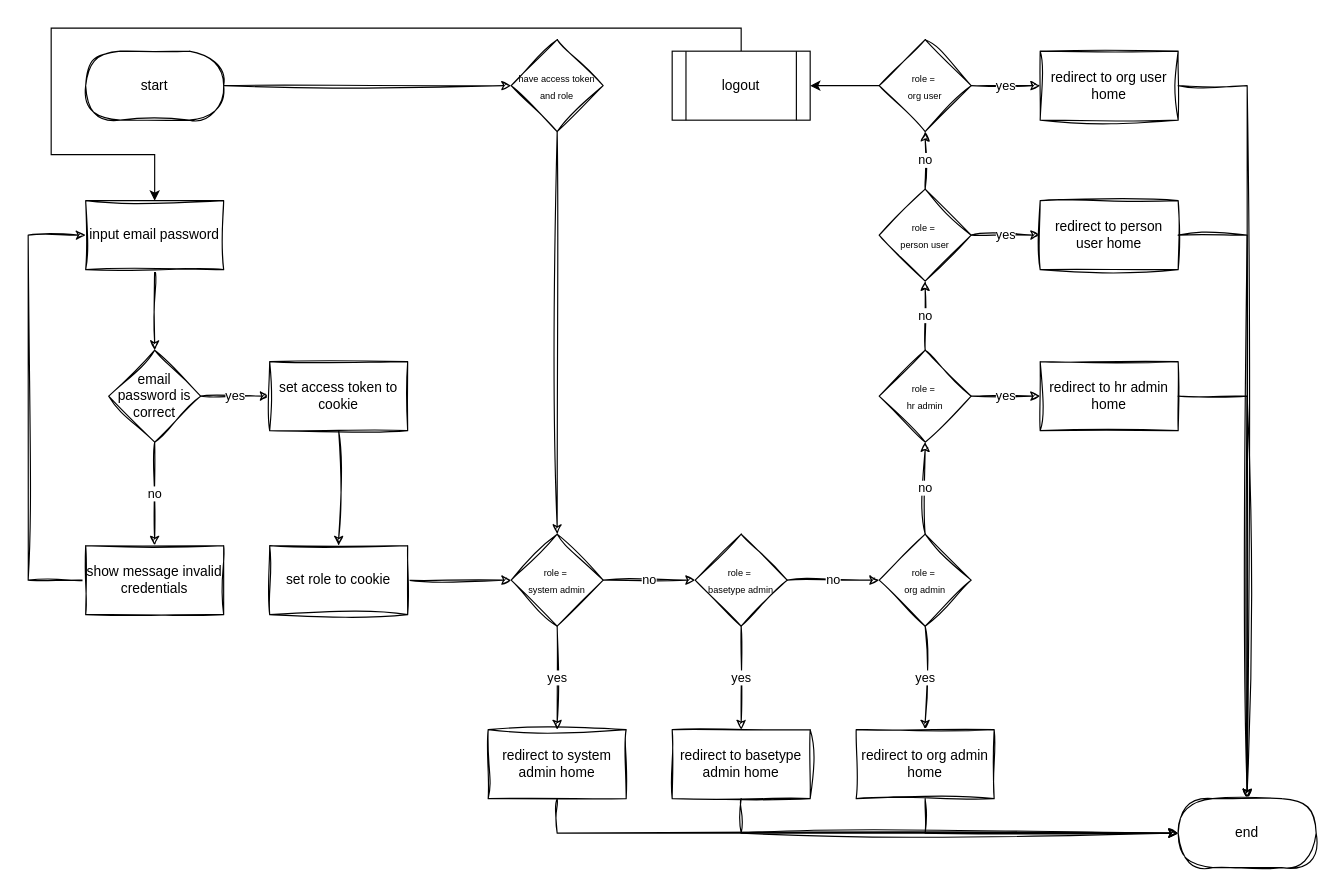
Before: page "1 root page" (1 of 4) of docs/drawio/activity/activity_general.drawio in ssszZ-TH/party_fullstack_docker5, a draw.io diagram. Source tidied: cells renumbered, new cells numbered last; positions are measured from the earlier drawing's top-left corner, leaving out a move shared by most shapes. Both pictures are drawn from the tidied source at 115%, with x=0, y=0 at pixel (28, 28).
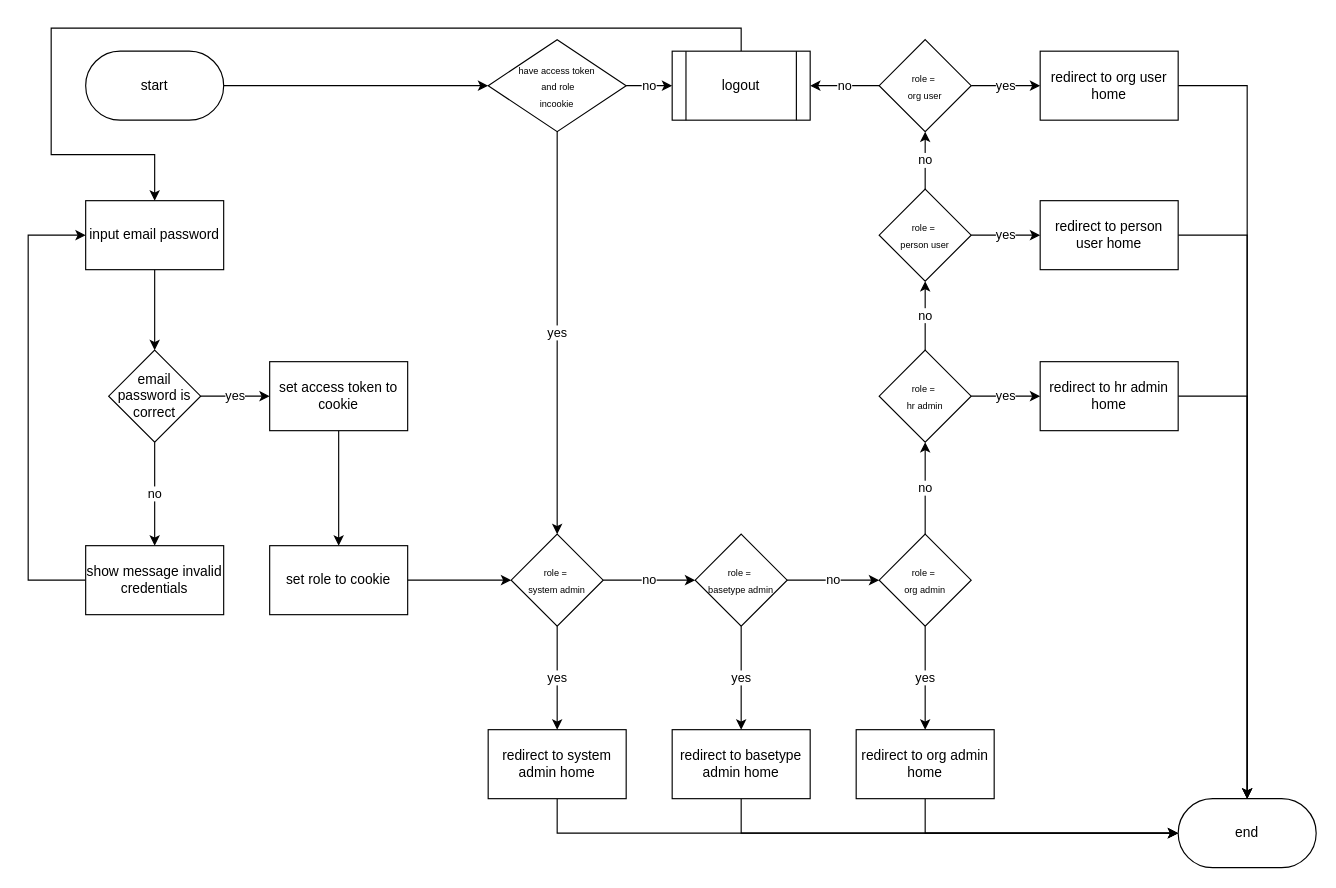
The same diagram, later.

Unchanged cells that the change refers to:
```xml
<mxCell id="49" value="logout" style="shape=process;whiteSpace=wrap;html=1;backgroundOutline=1;" parent="1" vertex="1">
  <mxGeometry x="560" y="20" width="120" height="60" as="geometry" />
</mxCell>
```

Change to the diagram source:
```diff
@@
-    <mxCell id="2" style="edgeStyle=orthogonalEdgeStyle;rounded=0;jettySize=auto;html=1;sketch=1;curveFitting=1;jiggle=2;" parent="1" edge="1" source="3" target="6">
+    <mxCell id="2" style="edgeStyle=orthogonalEdgeStyle;rounded=0;jettySize=auto;html=1;" parent="1" edge="1" source="3" target="6">
       <mxGeometry relative="1" as="geometry" />
     </mxCell>
-    <mxCell id="3" value="input email password" style="rounded=0;whiteSpace=wrap;html=1;sketch=1;curveFitting=1;jiggle=2;" parent="1" vertex="1">
+    <mxCell id="3" value="input email password" style="rounded=0;whiteSpace=wrap;html=1;" parent="1" vertex="1">
       <mxGeometry x="50" y="150" width="120" height="60" as="geometry" />
     </mxCell>
-    <mxCell id="4" value="no" style="edgeStyle=orthogonalEdgeStyle;rounded=0;jettySize=auto;html=1;sketch=1;curveFitting=1;jiggle=2;" parent="1" edge="1" source="6" target="8">
+    <mxCell id="4" value="no" style="edgeStyle=orthogonalEdgeStyle;rounded=0;jettySize=auto;html=1;" parent="1" edge="1" source="6" target="8">
       <mxGeometry relative="1" as="geometry" />
     </mxCell>
-    <mxCell id="5" value="yes" style="edgeStyle=orthogonalEdgeStyle;rounded=0;jettySize=auto;html=1;sketch=1;curveFitting=1;jiggle=2;" parent="1" edge="1" source="6" target="10">
+    <mxCell id="5" value="yes" style="edgeStyle=orthogonalEdgeStyle;rounded=0;jettySize=auto;html=1;" parent="1" edge="1" source="6" target="10">
       <mxGeometry relative="1" as="geometry" />
     </mxCell>
-    <mxCell id="6" value="email password is correct" style="rhombus;whiteSpace=wrap;html=1;rounded=0;sketch=1;curveFitting=1;jiggle=2;" parent="1" vertex="1">
+    <mxCell id="6" value="email password is correct" style="rhombus;whiteSpace=wrap;html=1;rounded=0;" parent="1" vertex="1">
       <mxGeometry x="70" y="280" width="80" height="80" as="geometry" />
     </mxCell>
-    <mxCell id="7" style="edgeStyle=orthogonalEdgeStyle;rounded=0;jettySize=auto;html=1;sketch=1;curveFitting=1;jiggle=2;" parent="1" edge="1" source="8" target="3">
+    <mxCell id="7" style="edgeStyle=orthogonalEdgeStyle;rounded=0;jettySize=auto;html=1;" parent="1" edge="1" source="8" target="3">
       <mxGeometry relative="1" as="geometry">
         <Array as="points">
           <mxPoint y="480" />
           <mxPoint y="180" />
         </Array>
       </mxGeometry>
     </mxCell>
-    <mxCell id="8" value="show message invalid credentials" style="whiteSpace=wrap;html=1;rounded=0;sketch=1;curveFitting=1;jiggle=2;" parent="1" vertex="1">
+    <mxCell id="8" value="show message invalid credentials" style="whiteSpace=wrap;html=1;rounded=0;" parent="1" vertex="1">
       <mxGeometry x="50" y="450" width="120" height="60" as="geometry" />
     </mxCell>
-    <mxCell id="9" style="edgeStyle=orthogonalEdgeStyle;rounded=0;jettySize=auto;html=1;sketch=1;curveFitting=1;jiggle=2;" parent="1" edge="1" source="10" target="12">
+    <mxCell id="9" style="edgeStyle=orthogonalEdgeStyle;rounded=0;jettySize=auto;html=1;" parent="1" edge="1" source="10" target="12">
       <mxGeometry relative="1" as="geometry" />
     </mxCell>
-    <mxCell id="10" value="set access token to cookie" style="whiteSpace=wrap;html=1;rounded=0;sketch=1;curveFitting=1;jiggle=2;" parent="1" vertex="1">
+    <mxCell id="10" value="set access token to cookie" style="whiteSpace=wrap;html=1;rounded=0;" parent="1" vertex="1">
       <mxGeometry x="210" y="290" width="120" height="60" as="geometry" />
     </mxCell>
-    <mxCell id="11" style="edgeStyle=orthogonalEdgeStyle;rounded=0;jettySize=auto;html=1;sketch=1;curveFitting=1;jiggle=2;" parent="1" edge="1" source="12" target="15">
+    <mxCell id="11" style="edgeStyle=orthogonalEdgeStyle;rounded=0;jettySize=auto;html=1;" parent="1" edge="1" source="12" target="15">
       <mxGeometry relative="1" as="geometry" />
     </mxCell>
-    <mxCell id="12" value="set role to cookie" style="whiteSpace=wrap;html=1;rounded=0;sketch=1;curveFitting=1;jiggle=2;" parent="1" vertex="1">
+    <mxCell id="12" value="set role to cookie" style="whiteSpace=wrap;html=1;rounded=0;" parent="1" vertex="1">
       <mxGeometry x="210" y="450" width="120" height="60" as="geometry" />
     </mxCell>
-    <mxCell id="13" value="no" style="edgeStyle=orthogonalEdgeStyle;rounded=0;jettySize=auto;html=1;sketch=1;curveFitting=1;jiggle=2;" parent="1" edge="1" source="15" target="22">
+    <mxCell id="13" value="no" style="edgeStyle=orthogonalEdgeStyle;rounded=0;jettySize=auto;html=1;" parent="1" edge="1" source="15" target="22">
       <mxGeometry relative="1" as="geometry" />
     </mxCell>
-    <mxCell id="14" value="yes" style="edgeStyle=orthogonalEdgeStyle;rounded=0;jettySize=auto;html=1;sketch=1;curveFitting=1;jiggle=2;" parent="1" edge="1" source="15" target="36">
+    <mxCell id="14" value="yes" style="edgeStyle=orthogonalEdgeStyle;rounded=0;jettySize=auto;html=1;" parent="1" edge="1" source="15" target="36">
       <mxGeometry relative="1" as="geometry" />
     </mxCell>
-    <mxCell id="15" value="&lt;font style=&quot;font-size: 8px;&quot;&gt;role =&amp;nbsp;&lt;/font&gt;&lt;div&gt;&lt;font style=&quot;font-size: 8px;&quot;&gt;system admin&lt;/font&gt;&lt;/div&gt;" style="rhombus;whiteSpace=wrap;html=1;rounded=0;sketch=1;curveFitting=1;jiggle=2;" parent="1" vertex="1">
+    <mxCell id="15" value="&lt;font style=&quot;font-size: 8px;&quot;&gt;role =&amp;nbsp;&lt;/font&gt;&lt;div&gt;&lt;font style=&quot;font-size: 8px;&quot;&gt;system admin&lt;/font&gt;&lt;/div&gt;" style="rhombus;whiteSpace=wrap;html=1;rounded=0;" parent="1" vertex="1">
       <mxGeometry x="420" y="440" width="80" height="80" as="geometry" />
     </mxCell>
-    <mxCell id="16" style="edgeStyle=orthogonalEdgeStyle;rounded=0;jettySize=auto;html=1;sketch=1;curveFitting=1;jiggle=2;" parent="1" edge="1" source="17" target="19">
+    <mxCell id="16" style="edgeStyle=orthogonalEdgeStyle;rounded=0;jettySize=auto;html=1;" parent="1" edge="1" source="17" target="19">
       <mxGeometry relative="1" as="geometry" />
     </mxCell>
-    <mxCell id="17" value="start" style="rounded=1;whiteSpace=wrap;html=1;arcSize=50;sketch=1;curveFitting=1;jiggle=2;" parent="1" vertex="1">
+    <mxCell id="17" value="start" style="rounded=1;whiteSpace=wrap;html=1;arcSize=50;" parent="1" vertex="1">
       <mxGeometry x="50" y="20" width="120" height="60" as="geometry" />
     </mxCell>
-    <mxCell id="18" style="edgeStyle=orthogonalEdgeStyle;rounded=0;jettySize=auto;html=1;sketch=1;curveFitting=1;jiggle=2;" parent="1" edge="1" source="19" target="15">
+    <mxCell id="18" value="yes" style="edgeStyle=orthogonalEdgeStyle;rounded=0;jettySize=auto;html=1;" parent="1" edge="1" source="19" target="15">
       <mxGeometry relative="1" as="geometry" />
     </mxCell>
+    <mxCell id="50" value="no" style="edgeStyle=orthogonalEdgeStyle;rounded=0;jettySize=auto;html=1;" parent="1" edge="1" source="19" target="49">
+      <mxGeometry relative="1" as="geometry" />
+    </mxCell>
-    <mxCell id="19" value="&lt;span style=&quot;font-size: 8px;&quot;&gt;have access token and role&lt;/span&gt;" style="rhombus;whiteSpace=wrap;html=1;rounded=0;sketch=1;curveFitting=1;jiggle=2;" parent="1" vertex="1">
-      <mxGeometry x="420" y="10" width="80" height="80" as="geometry" />
+    <mxCell id="19" value="&lt;span style=&quot;font-size: 8px;&quot;&gt;have access token&lt;/span&gt;&lt;div&gt;&lt;span style=&quot;font-size: 8px;&quot;&gt;&amp;nbsp;and role&lt;/span&gt;&lt;div&gt;&lt;span style=&quot;font-size: 8px;&quot;&gt;incookie&lt;/span&gt;&lt;/div&gt;&lt;/div&gt;" style="rhombus;whiteSpace=wrap;html=1;rounded=0;" parent="1" vertex="1">
+      <mxGeometry x="400" y="10" width="120" height="80" as="geometry" />
     </mxCell>
-    <mxCell id="20" value="no" style="edgeStyle=orthogonalEdgeStyle;rounded=0;jettySize=auto;html=1;sketch=1;curveFitting=1;jiggle=2;" parent="1" edge="1" source="22" target="25">
+    <mxCell id="20" value="no" style="edgeStyle=orthogonalEdgeStyle;rounded=0;jettySize=auto;html=1;" parent="1" edge="1" source="22" target="25">
       <mxGeometry relative="1" as="geometry" />
     </mxCell>
-    <mxCell id="21" value="yes" style="edgeStyle=orthogonalEdgeStyle;rounded=0;jettySize=auto;html=1;sketch=1;curveFitting=1;jiggle=2;" parent="1" edge="1" source="22" target="38">
+    <mxCell id="21" value="yes" style="edgeStyle=orthogonalEdgeStyle;rounded=0;jettySize=auto;html=1;" parent="1" edge="1" source="22" target="38">
       <mxGeometry relative="1" as="geometry" />
     </mxCell>
-    <mxCell id="22" value="&lt;font style=&quot;font-size: 8px;&quot;&gt;role =&amp;nbsp;&lt;/font&gt;&lt;div&gt;&lt;font style=&quot;font-size: 8px;&quot;&gt;basetype admin&lt;/font&gt;&lt;/div&gt;" style="rhombus;whiteSpace=wrap;html=1;rounded=0;sketch=1;curveFitting=1;jiggle=2;" parent="1" vertex="1">
+    <mxCell id="22" value="&lt;font style=&quot;font-size: 8px;&quot;&gt;role =&amp;nbsp;&lt;/font&gt;&lt;div&gt;&lt;font style=&quot;font-size: 8px;&quot;&gt;basetype admin&lt;/font&gt;&lt;/div&gt;" style="rhombus;whiteSpace=wrap;html=1;rounded=0;" parent="1" vertex="1">
       <mxGeometry x="580" y="440" width="80" height="80" as="geometry" />
     </mxCell>
-    <mxCell id="23" value="no" style="edgeStyle=orthogonalEdgeStyle;rounded=0;jettySize=auto;html=1;sketch=1;curveFitting=1;jiggle=2;" parent="1" edge="1" source="25" target="28">
+    <mxCell id="23" value="no" style="edgeStyle=orthogonalEdgeStyle;rounded=0;jettySize=auto;html=1;" parent="1" edge="1" source="25" target="28">
       <mxGeometry relative="1" as="geometry" />
     </mxCell>
-    <mxCell id="24" value="yes" style="edgeStyle=orthogonalEdgeStyle;rounded=0;jettySize=auto;html=1;sketch=1;curveFitting=1;jiggle=2;" parent="1" edge="1" source="25" target="40">
+    <mxCell id="24" value="yes" style="edgeStyle=orthogonalEdgeStyle;rounded=0;jettySize=auto;html=1;" parent="1" edge="1" source="25" target="40">
       <mxGeometry relative="1" as="geometry" />
     </mxCell>
-    <mxCell id="25" value="&lt;font style=&quot;font-size: 8px;&quot;&gt;role =&amp;nbsp;&lt;/font&gt;&lt;div&gt;&lt;font style=&quot;font-size: 8px;&quot;&gt;org admin&lt;/font&gt;&lt;/div&gt;" style="rhombus;whiteSpace=wrap;html=1;rounded=0;sketch=1;curveFitting=1;jiggle=2;" parent="1" vertex="1">
+    <mxCell id="25" value="&lt;font style=&quot;font-size: 8px;&quot;&gt;role =&amp;nbsp;&lt;/font&gt;&lt;div&gt;&lt;font style=&quot;font-size: 8px;&quot;&gt;org admin&lt;/font&gt;&lt;/div&gt;" style="rhombus;whiteSpace=wrap;html=1;rounded=0;" parent="1" vertex="1">
       <mxGeometry x="740" y="440" width="80" height="80" as="geometry" />
     </mxCell>
-    <mxCell id="26" value="no" style="edgeStyle=orthogonalEdgeStyle;rounded=0;jettySize=auto;html=1;sketch=1;curveFitting=1;jiggle=2;" parent="1" edge="1" source="28" target="31">
+    <mxCell id="26" value="no" style="edgeStyle=orthogonalEdgeStyle;rounded=0;jettySize=auto;html=1;" parent="1" edge="1" source="28" target="31">
       <mxGeometry relative="1" as="geometry" />
     </mxCell>
-    <mxCell id="27" value="yes" style="edgeStyle=orthogonalEdgeStyle;rounded=0;jettySize=auto;html=1;sketch=1;curveFitting=1;jiggle=2;" parent="1" edge="1" source="28" target="42">
+    <mxCell id="27" value="yes" style="edgeStyle=orthogonalEdgeStyle;rounded=0;jettySize=auto;html=1;" parent="1" edge="1" source="28" target="42">
       <mxGeometry relative="1" as="geometry" />
     </mxCell>
-    <mxCell id="28" value="&lt;font style=&quot;font-size: 8px;&quot;&gt;role =&amp;nbsp;&lt;/font&gt;&lt;div&gt;&lt;font style=&quot;font-size: 8px;&quot;&gt;hr admin&lt;/font&gt;&lt;/div&gt;" style="rhombus;whiteSpace=wrap;html=1;rounded=0;sketch=1;curveFitting=1;jiggle=2;" parent="1" vertex="1">
+    <mxCell id="28" value="&lt;font style=&quot;font-size: 8px;&quot;&gt;role =&amp;nbsp;&lt;/font&gt;&lt;div&gt;&lt;font style=&quot;font-size: 8px;&quot;&gt;hr admin&lt;/font&gt;&lt;/div&gt;" style="rhombus;whiteSpace=wrap;html=1;rounded=0;" parent="1" vertex="1">
       <mxGeometry x="740" y="280" width="80" height="80" as="geometry" />
     </mxCell>
-    <mxCell id="29" value="no" style="edgeStyle=orthogonalEdgeStyle;rounded=0;jettySize=auto;html=1;sketch=1;curveFitting=1;jiggle=2;" parent="1" edge="1" source="31" target="34">
+    <mxCell id="29" value="no" style="edgeStyle=orthogonalEdgeStyle;rounded=0;jettySize=auto;html=1;" parent="1" edge="1" source="31" target="34">
       <mxGeometry relative="1" as="geometry" />
     </mxCell>
-    <mxCell id="30" value="yes" style="edgeStyle=orthogonalEdgeStyle;rounded=0;jettySize=auto;html=1;sketch=1;curveFitting=1;jiggle=2;" parent="1" edge="1" source="31" target="44">
+    <mxCell id="30" value="yes" style="edgeStyle=orthogonalEdgeStyle;rounded=0;jettySize=auto;html=1;" parent="1" edge="1" source="31" target="44">
       <mxGeometry relative="1" as="geometry" />
     </mxCell>
-    <mxCell id="31" value="&lt;font style=&quot;font-size: 8px;&quot;&gt;role =&amp;nbsp;&lt;/font&gt;&lt;div&gt;&lt;span style=&quot;font-size: 8px;&quot;&gt;person user&lt;/span&gt;&lt;/div&gt;" style="rhombus;whiteSpace=wrap;html=1;rounded=0;sketch=1;curveFitting=1;jiggle=2;" parent="1" vertex="1">
+    <mxCell id="31" value="&lt;font style=&quot;font-size: 8px;&quot;&gt;role =&amp;nbsp;&lt;/font&gt;&lt;div&gt;&lt;span style=&quot;font-size: 8px;&quot;&gt;person user&lt;/span&gt;&lt;/div&gt;" style="rhombus;whiteSpace=wrap;html=1;rounded=0;" parent="1" vertex="1">
       <mxGeometry x="740" y="140" width="80" height="80" as="geometry" />
     </mxCell>
-    <mxCell id="32" value="yes" style="edgeStyle=orthogonalEdgeStyle;rounded=0;jettySize=auto;html=1;sketch=1;curveFitting=1;jiggle=2;" parent="1" edge="1" source="34" target="46">
+    <mxCell id="32" value="yes" style="edgeStyle=orthogonalEdgeStyle;rounded=0;jettySize=auto;html=1;" parent="1" edge="1" source="34" target="46">
       <mxGeometry relative="1" as="geometry" />
     </mxCell>
-    <mxCell id="33" style="edgeStyle=orthogonalEdgeStyle;rounded=0;jettySize=auto;html=1;" parent="1" edge="1" source="34" target="49">
+    <mxCell id="33" value="no" style="edgeStyle=orthogonalEdgeStyle;rounded=0;jettySize=auto;html=1;" parent="1" edge="1" source="34" target="49">
       <mxGeometry relative="1" as="geometry" />
     </mxCell>
-    <mxCell id="34" value="&lt;font style=&quot;font-size: 8px;&quot;&gt;role =&amp;nbsp;&lt;/font&gt;&lt;div&gt;&lt;span style=&quot;font-size: 8px;&quot;&gt;org user&lt;/span&gt;&lt;/div&gt;" style="rhombus;whiteSpace=wrap;html=1;rounded=0;sketch=1;curveFitting=1;jiggle=2;" parent="1" vertex="1">
+    <mxCell id="34" value="&lt;font style=&quot;font-size: 8px;&quot;&gt;role =&amp;nbsp;&lt;/font&gt;&lt;div&gt;&lt;span style=&quot;font-size: 8px;&quot;&gt;org user&lt;/span&gt;&lt;/div&gt;" style="rhombus;whiteSpace=wrap;html=1;rounded=0;" parent="1" vertex="1">
       <mxGeometry x="740" y="10" width="80" height="80" as="geometry" />
     </mxCell>
-    <mxCell id="35" style="edgeStyle=orthogonalEdgeStyle;rounded=0;jettySize=auto;html=1;sketch=1;curveFitting=1;jiggle=2;" parent="1" edge="1" source="36" target="47">
+    <mxCell id="35" style="edgeStyle=orthogonalEdgeStyle;rounded=0;jettySize=auto;html=1;" parent="1" edge="1" source="36" target="47">
       <mxGeometry relative="1" as="geometry">
         <Array as="points">
           <mxPoint x="460" y="700" />
         </Array>
       </mxGeometry>
     </mxCell>
-    <mxCell id="36" value="redirect to system admin home" style="whiteSpace=wrap;html=1;rounded=0;sketch=1;curveFitting=1;jiggle=2;" parent="1" vertex="1">
+    <mxCell id="36" value="redirect to system admin home" style="whiteSpace=wrap;html=1;rounded=0;" parent="1" vertex="1">
       <mxGeometry x="400" y="610" width="120" height="60" as="geometry" />
     </mxCell>
-    <mxCell id="37" style="edgeStyle=orthogonalEdgeStyle;rounded=0;jettySize=auto;html=1;sketch=1;curveFitting=1;jiggle=2;" parent="1" edge="1" source="38" target="47">
+    <mxCell id="37" style="edgeStyle=orthogonalEdgeStyle;rounded=0;jettySize=auto;html=1;" parent="1" edge="1" source="38" target="47">
       <mxGeometry relative="1" as="geometry">
         <Array as="points">
           <mxPoint x="620" y="700" />
         </Array>
       </mxGeometry>
     </mxCell>
-    <mxCell id="38" value="redirect to basetype admin home" style="whiteSpace=wrap;html=1;rounded=0;sketch=1;curveFitting=1;jiggle=2;" parent="1" vertex="1">
+    <mxCell id="38" value="redirect to basetype admin home" style="whiteSpace=wrap;html=1;rounded=0;" parent="1" vertex="1">
       <mxGeometry x="560" y="610" width="120" height="60" as="geometry" />
     </mxCell>
-    <mxCell id="39" style="edgeStyle=orthogonalEdgeStyle;rounded=0;jettySize=auto;html=1;sketch=1;curveFitting=1;jiggle=2;" parent="1" edge="1" source="40" target="47">
+    <mxCell id="39" style="edgeStyle=orthogonalEdgeStyle;rounded=0;jettySize=auto;html=1;" parent="1" edge="1" source="40" target="47">
       <mxGeometry relative="1" as="geometry">
         <Array as="points">
           <mxPoint x="780" y="700" />
         </Array>
       </mxGeometry>
     </mxCell>
-    <mxCell id="40" value="redirect to org admin home" style="whiteSpace=wrap;html=1;rounded=0;sketch=1;curveFitting=1;jiggle=2;" parent="1" vertex="1">
+    <mxCell id="40" value="redirect to org admin home" style="whiteSpace=wrap;html=1;rounded=0;" parent="1" vertex="1">
       <mxGeometry x="720" y="610" width="120" height="60" as="geometry" />
     </mxCell>
-    <mxCell id="41" style="edgeStyle=orthogonalEdgeStyle;rounded=0;jettySize=auto;html=1;sketch=1;curveFitting=1;jiggle=2;" parent="1" edge="1" source="42" target="47">
+    <mxCell id="41" style="edgeStyle=orthogonalEdgeStyle;rounded=0;jettySize=auto;html=1;" parent="1" edge="1" source="42" target="47">
       <mxGeometry relative="1" as="geometry">
         <Array as="points">
           <mxPoint x="1060" y="320" />
         </Array>
       </mxGeometry>
     </mxCell>
-    <mxCell id="42" value="redirect to hr admin home" style="whiteSpace=wrap;html=1;rounded=0;sketch=1;curveFitting=1;jiggle=2;" parent="1" vertex="1">
+    <mxCell id="42" value="redirect to hr admin home" style="whiteSpace=wrap;html=1;rounded=0;" parent="1" vertex="1">
       <mxGeometry x="880" y="290" width="120" height="60" as="geometry" />
     </mxCell>
-    <mxCell id="43" style="edgeStyle=orthogonalEdgeStyle;rounded=0;jettySize=auto;html=1;sketch=1;curveFitting=1;jiggle=2;" parent="1" edge="1" source="44" target="47">
+    <mxCell id="43" style="edgeStyle=orthogonalEdgeStyle;rounded=0;jettySize=auto;html=1;" parent="1" edge="1" source="44" target="47">
       <mxGeometry relative="1" as="geometry">
         <Array as="points">
           <mxPoint x="1060" y="180" />
         </Array>
       </mxGeometry>
     </mxCell>
-    <mxCell id="44" value="redirect to person user home" style="whiteSpace=wrap;html=1;rounded=0;sketch=1;curveFitting=1;jiggle=2;" parent="1" vertex="1">
+    <mxCell id="44" value="redirect to person user home" style="whiteSpace=wrap;html=1;rounded=0;" parent="1" vertex="1">
       <mxGeometry x="880" y="150" width="120" height="60" as="geometry" />
     </mxCell>
-    <mxCell id="45" style="edgeStyle=orthogonalEdgeStyle;rounded=0;jettySize=auto;html=1;sketch=1;curveFitting=1;jiggle=2;" parent="1" edge="1" source="46" target="47">
+    <mxCell id="45" style="edgeStyle=orthogonalEdgeStyle;rounded=0;jettySize=auto;html=1;" parent="1" edge="1" source="46" target="47">
       <mxGeometry relative="1" as="geometry">
         <Array as="points">
           <mxPoint x="1060" y="50" />
         </Array>
       </mxGeometry>
     </mxCell>
-    <mxCell id="46" value="redirect to org user home" style="whiteSpace=wrap;html=1;rounded=0;sketch=1;curveFitting=1;jiggle=2;" parent="1" vertex="1">
+    <mxCell id="46" value="redirect to org user home" style="whiteSpace=wrap;html=1;rounded=0;" parent="1" vertex="1">
       <mxGeometry x="880" y="20" width="120" height="60" as="geometry" />
     </mxCell>
-    <mxCell id="47" value="end" style="rounded=1;whiteSpace=wrap;html=1;arcSize=50;sketch=1;curveFitting=1;jiggle=2;" parent="1" vertex="1">
+    <mxCell id="47" value="end" style="rounded=1;whiteSpace=wrap;html=1;arcSize=50;" parent="1" vertex="1">
       <mxGeometry x="1000" y="670" width="120" height="60" as="geometry" />
     </mxCell>
```
